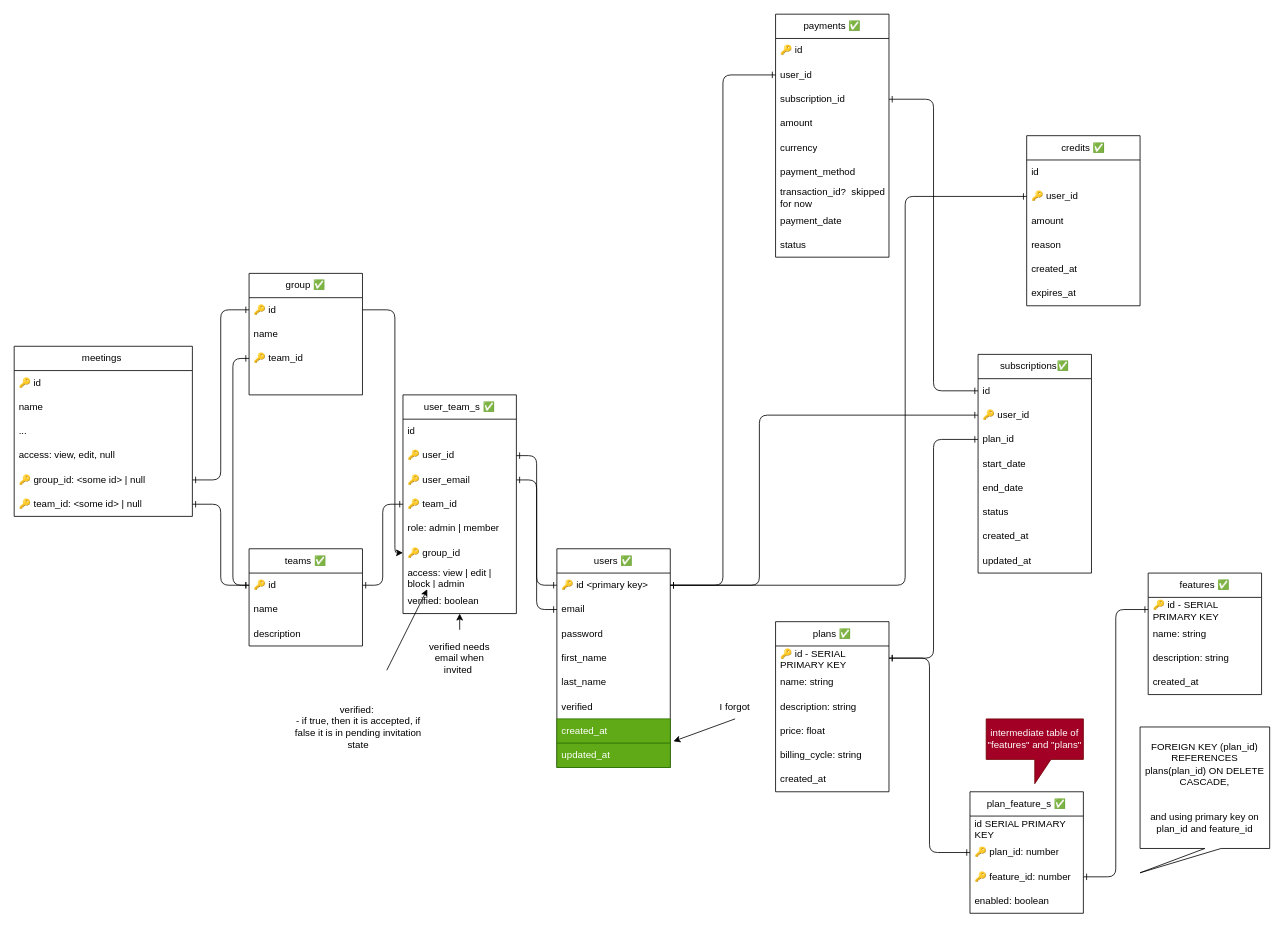
Before: page "database design" (1 of 6) of sketch.drawio in danirisdiandita/Startup-Monorepo-Template, a draw.io diagram. Source tidied: cells renumbered, new cells numbered last; positions are measured from the earlier drawing's top-left corner, leaving out a move shared by most shapes. Both pictures are drawn from the tidied source at 81%, with x=0, y=0 at pixel (14, 14).
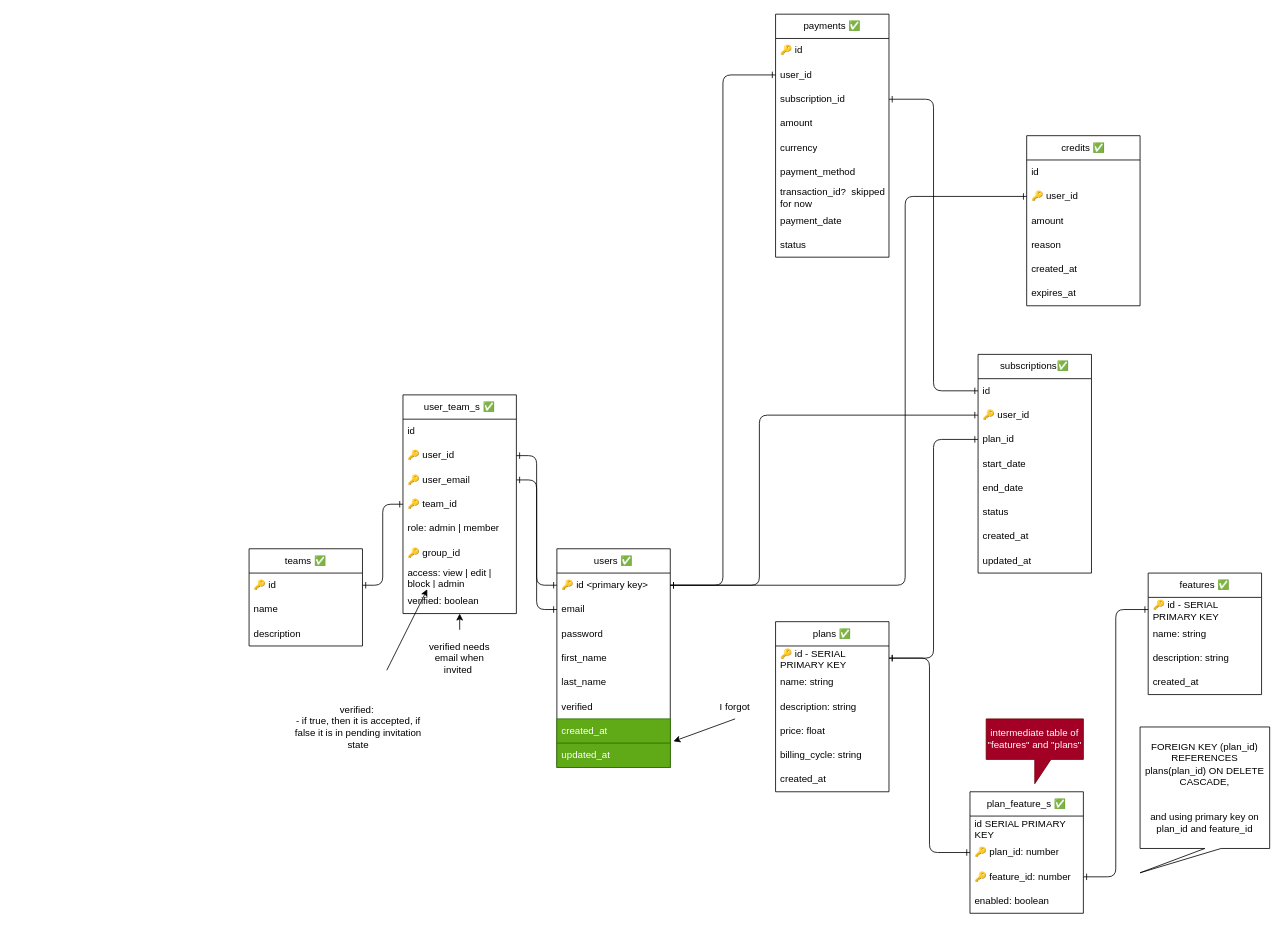
Above is the later version.

Commit message:
add sketch design database

The change refers to these unchanged cells:
```xml
<mxCell id="66" value="🔑 id" style="text;strokeColor=none;fillColor=none;align=left;verticalAlign=middle;spacingLeft=4;spacingRight=4;overflow=hidden;points=[[0,0.5],[1,0.5]];portConstraint=eastwest;whiteSpace=wrap;html=1;" parent="65" vertex="1">
  <mxGeometry y="30" width="140" height="30" as="geometry" />
</mxCell>
<mxCell id="75" value="🔑 group_id" style="text;strokeColor=none;fillColor=none;align=left;verticalAlign=middle;spacingLeft=4;spacingRight=4;overflow=hidden;points=[[0,0.5],[1,0.5]];portConstraint=eastwest;whiteSpace=wrap;html=1;" parent="69" vertex="1">
  <mxGeometry y="180" width="140" height="30" as="geometry" />
</mxCell>
```

Change to the diagram source:
```diff
@@
-    <mxCell id="85" value="meetings&amp;nbsp;" style="swimlane;fontStyle=0;horizontal=1;startSize=30;whiteSpace=wrap;html=1;" parent="1" vertex="1">
-      <mxGeometry y="410" width="220" height="210" as="geometry" />
-    </mxCell>
-    <mxCell id="86" value="🔑 id" style="text;strokeColor=none;fillColor=none;align=left;verticalAlign=middle;spacingLeft=4;spacingRight=4;overflow=hidden;whiteSpace=wrap;html=1;" parent="85" vertex="1">
-      <mxGeometry y="30" width="220" height="30" as="geometry" />
-    </mxCell>
-    <mxCell id="87" value="name" style="text;strokeColor=none;fillColor=none;align=left;verticalAlign=middle;spacingLeft=4;spacingRight=4;overflow=hidden;whiteSpace=wrap;html=1;" parent="85" vertex="1">
-      <mxGeometry y="60" width="220" height="30" as="geometry" />
-    </mxCell>
-    <mxCell id="88" value="..." style="text;strokeColor=none;fillColor=none;align=left;verticalAlign=middle;spacingLeft=4;spacingRight=4;overflow=hidden;whiteSpace=wrap;html=1;" parent="85" vertex="1">
-      <mxGeometry y="90" width="220" height="30" as="geometry" />
-    </mxCell>
-    <mxCell id="89" value="access: view, edit, null" style="text;strokeColor=none;fillColor=none;align=left;verticalAlign=middle;spacingLeft=4;spacingRight=4;overflow=hidden;whiteSpace=wrap;html=1;" parent="85" vertex="1">
-      <mxGeometry y="120" width="220" height="30" as="geometry" />
-    </mxCell>
-    <mxCell id="90" value="🔑 group_id: &amp;lt;some id&amp;gt; | null&amp;nbsp;" style="text;strokeColor=none;fillColor=none;align=left;verticalAlign=middle;spacingLeft=4;spacingRight=4;overflow=hidden;points=[[0,0.5],[1,0.5]];portConstraint=eastwest;whiteSpace=wrap;html=1;" parent="85" vertex="1">
-      <mxGeometry y="150" width="220" height="30" as="geometry" />
-    </mxCell>
-    <mxCell id="91" value="🔑 team_id: &amp;lt;some id&amp;gt; | null" style="text;strokeColor=none;fillColor=none;align=left;verticalAlign=middle;spacingLeft=4;spacingRight=4;overflow=hidden;points=[[0,0.5],[1,0.5]];portConstraint=eastwest;whiteSpace=wrap;html=1;" parent="85" vertex="1">
-      <mxGeometry y="180" width="220" height="30" as="geometry" />
-    </mxCell>
-    <mxCell id="92" style="edgeStyle=orthogonalEdgeStyle;rounded=1;jettySize=auto;html=1;exitX=1;exitY=0.5;exitDx=0;exitDy=0;entryX=0;entryY=0.5;entryDx=0;entryDy=0;startArrow=ERone;startFill=0;endArrow=ERone;endFill=0;" parent="1" edge="1" source="91" target="66">
-      <mxGeometry relative="1" as="geometry" />
-    </mxCell>
-    <mxCell id="93" value="group ✅" style="swimlane;fontStyle=0;horizontal=1;startSize=30;whiteSpace=wrap;html=1;" parent="1" vertex="1">
-      <mxGeometry x="290" y="320" width="140" height="150" as="geometry" />
-    </mxCell>
-    <mxCell id="94" value="🔑 id" style="text;strokeColor=none;fillColor=none;align=left;verticalAlign=middle;spacingLeft=4;spacingRight=4;overflow=hidden;points=[[0,0.5],[1,0.5]];portConstraint=eastwest;whiteSpace=wrap;html=1;" parent="93" vertex="1">
-      <mxGeometry y="30" width="140" height="30" as="geometry" />
-    </mxCell>
-    <mxCell id="95" value="name" style="text;strokeColor=none;fillColor=none;align=left;verticalAlign=middle;spacingLeft=4;spacingRight=4;overflow=hidden;whiteSpace=wrap;html=1;" parent="93" vertex="1">
-      <mxGeometry y="60" width="140" height="30" as="geometry" />
-    </mxCell>
-    <mxCell id="96" value="🔑 team_id" style="text;strokeColor=none;fillColor=none;align=left;verticalAlign=middle;spacingLeft=4;spacingRight=4;overflow=hidden;points=[[0,0.5],[1,0.5]];portConstraint=eastwest;whiteSpace=wrap;html=1;" parent="93" vertex="1">
-      <mxGeometry y="90" width="140" height="30" as="geometry" />
-    </mxCell>
-    <mxCell id="97" style="text;strokeColor=none;fillColor=none;align=left;verticalAlign=middle;spacingLeft=4;spacingRight=4;overflow=hidden;whiteSpace=wrap;html=1;" parent="93" vertex="1">
-      <mxGeometry y="120" width="140" height="30" as="geometry" />
-    </mxCell>
-    <mxCell id="98" style="edgeStyle=orthogonalEdgeStyle;rounded=1;jettySize=auto;html=1;exitX=0;exitY=0.5;exitDx=0;exitDy=0;entryX=0;entryY=0.5;entryDx=0;entryDy=0;startArrow=ERone;startFill=0;endArrow=ERone;endFill=0;" parent="1" edge="1" source="96" target="66">
-      <mxGeometry relative="1" as="geometry">
-        <Array as="points">
-          <mxPoint x="270" y="425" />
-          <mxPoint x="270" y="705" />
-        </Array>
-      </mxGeometry>
-    </mxCell>
-    <mxCell id="99" style="edgeStyle=orthogonalEdgeStyle;rounded=1;jettySize=auto;html=1;exitX=1;exitY=0.5;exitDx=0;exitDy=0;entryX=0;entryY=0.5;entryDx=0;entryDy=0;" parent="1" edge="1" source="94" target="75">
-      <mxGeometry relative="1" as="geometry">
-        <Array as="points">
-          <mxPoint x="470" y="365" />
-          <mxPoint x="470" y="665" />
-        </Array>
-      </mxGeometry>
-    </mxCell>
-    <mxCell id="100" style="edgeStyle=orthogonalEdgeStyle;rounded=1;jettySize=auto;html=1;exitX=1;exitY=0.5;exitDx=0;exitDy=0;entryX=0;entryY=0.5;entryDx=0;entryDy=0;startArrow=ERone;startFill=0;endArrow=ERone;endFill=0;" parent="1" edge="1" source="90" target="94">
-      <mxGeometry relative="1" as="geometry" />
-    </mxCell>
```
